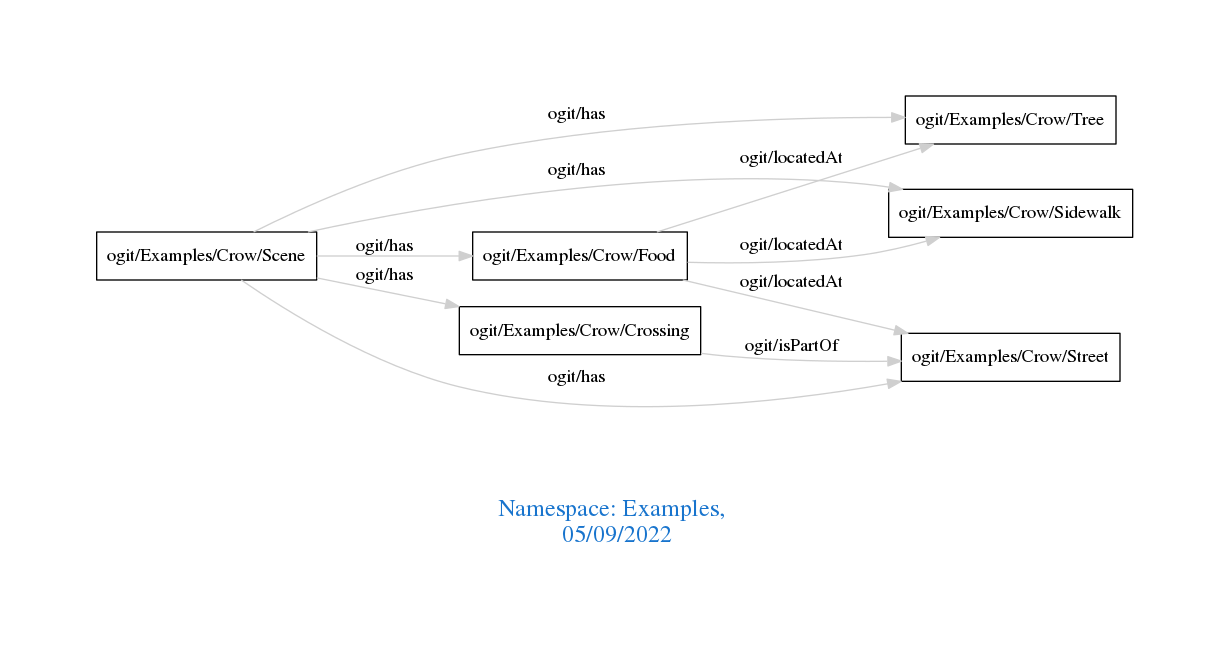
Above: downloads/Examples.png in arago/OGIT (Graphviz), before the change. Its source is kept beside it as downloads/Examples.dot.
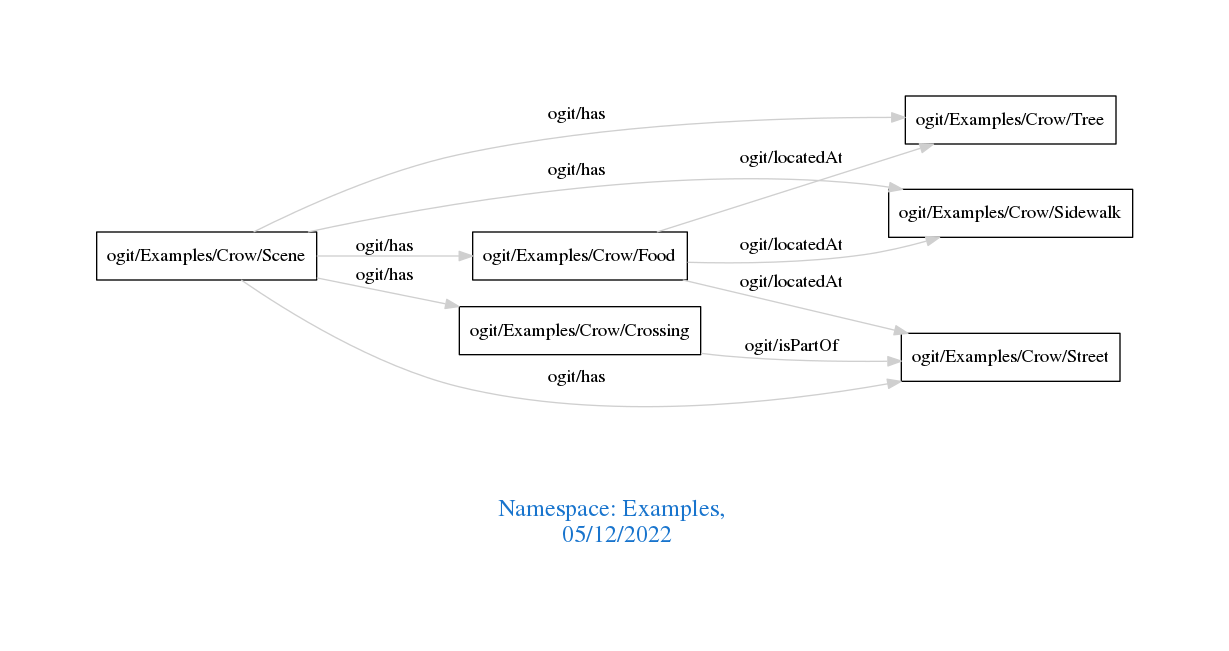
Later version of the same file.

The edit, as a diff of the source:
```diff
@@ -1,7 +1,7 @@
 digraph OGIT_ontology {
  graph [ rankdir= LR,pad=1
 fontsize = 18,
-fontcolor= dodgerblue3,label = "\n\n\nNamespace: Examples, \n 05/09/2022"];
+fontcolor= dodgerblue3,label = "\n\n\nNamespace: Examples, \n 05/12/2022"];
 node[shape=polygon];
 edge [  color="gray81"];
 
```
